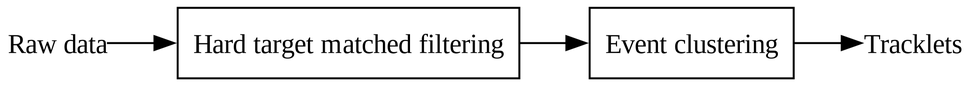
Above: static/diagrams/functional_diagram_example.png in danielk333/phd-course-software-development (Graphviz), before the change. Its source is kept beside it as diagrams/functional_diagram_example.gv. Its diagram source:
```dot
digraph {
    rankdir="LR";
    dpi=300;
    node [ shape=plain ];
    data [ label="Raw data" ];
    node [ shape=rect ];
    proc [ label="Hard target matched filtering" ];
    clust [ label="Event clustering" ];
    node [ shape=plain ];
    track [ label="Tracklets"];
    data -> proc -> clust -> track;
}
```
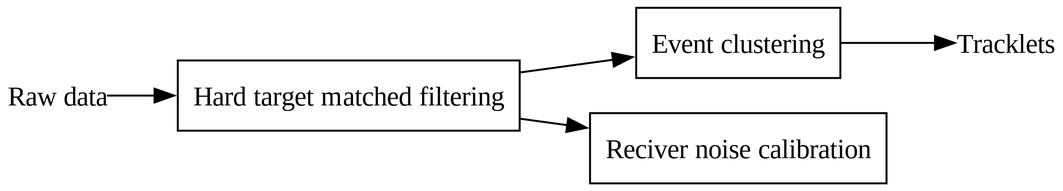
After the commit.

The edit, as a diff of the source:
```diff
@@ -1,12 +1,20 @@
 digraph {
     rankdir="LR";
     dpi=300;
-    node [ shape=plain ];
-    data [ label="Raw data" ];
+    data [
+        label = "Raw data"
+        shape = plain
+    ];
+
     node [ shape=rect ];
     proc [ label="Hard target matched filtering" ];
     clust [ label="Event clustering" ];
-    node [ shape=plain ];
-    track [ label="Tracklets"];
+    noise [ label="Reciver noise calibration" ];
+
+    track [
+        label="Tracklets"
+        shape = plain
+    ];
     data -> proc -> clust -> track;
+    proc -> noise;
 }
```
